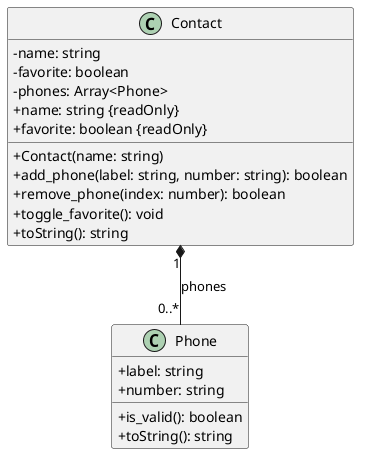
Earlier version of the PlantUML export labs/contato/assets/diagrama.png (qxcodepoo/arcade).
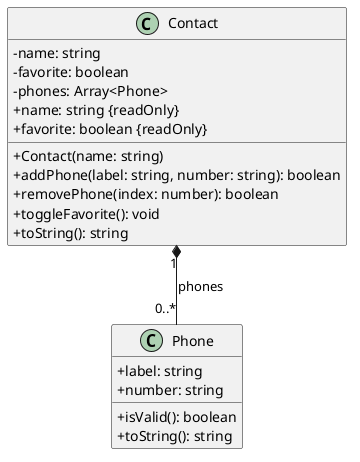
Above is the later version.

What changed in the source:
```diff
@@ -4,7 +4,7 @@
 class Phone {
   + label: string
   + number: string
-  + is_valid(): boolean
+  + isValid(): boolean
   + toString(): string
 }
 
@@ -15,9 +15,9 @@
   + name: string {readOnly}
   + favorite: boolean {readOnly}
   + Contact(name: string)
-  + add_phone(label: string, number: string): boolean
-  + remove_phone(index: number): boolean
-  + toggle_favorite(): void
+  + addPhone(label: string, number: string): boolean
+  + removePhone(index: number): boolean
+  + toggleFavorite(): void
   + toString(): string
 }
 
```
